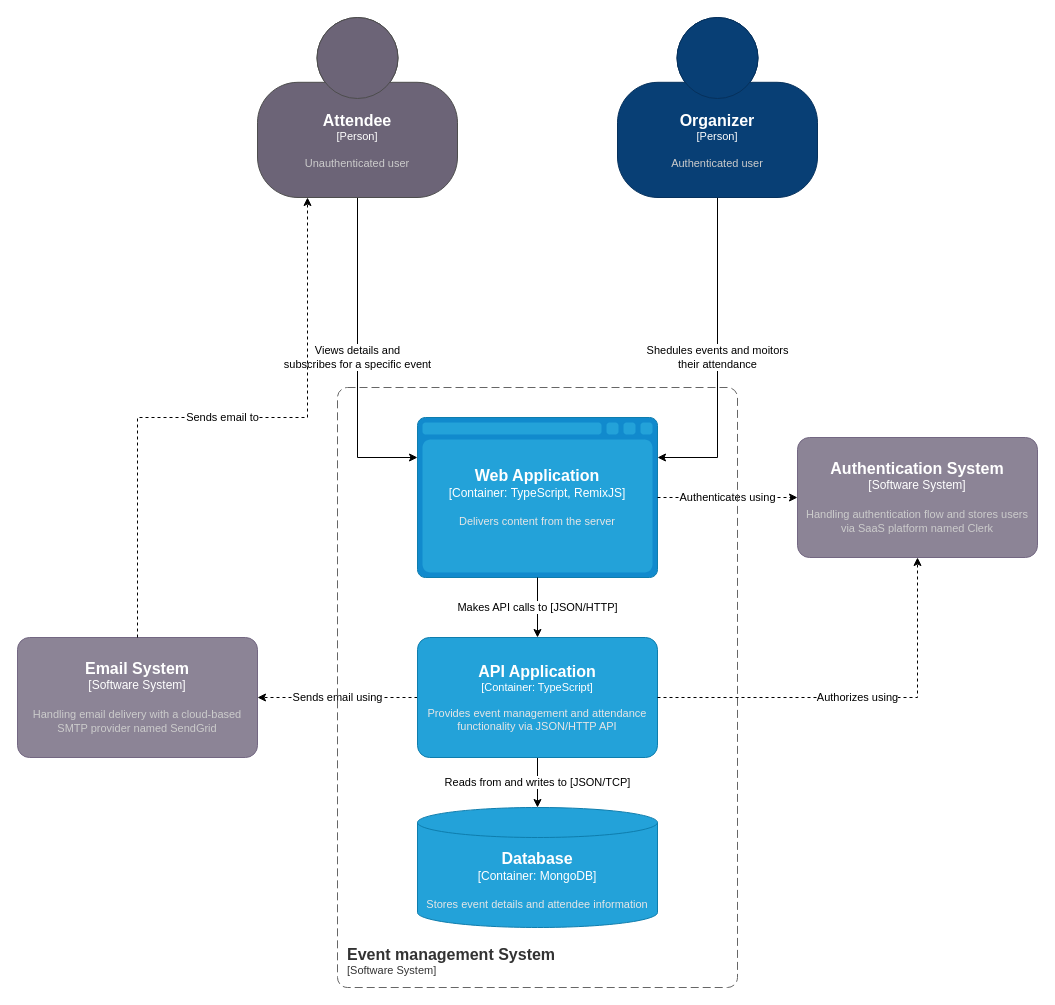
Before: docs/Containers.drawio in nikbogman/in10days, a draw.io diagram. Source tidied: cells renumbered, new cells numbered last; positions are measured from the earlier drawing's top-left corner, leaving out a move shared by most shapes. Both pictures are drawn from the tidied source at 100%, with x=0, y=0 at pixel (17, 17).
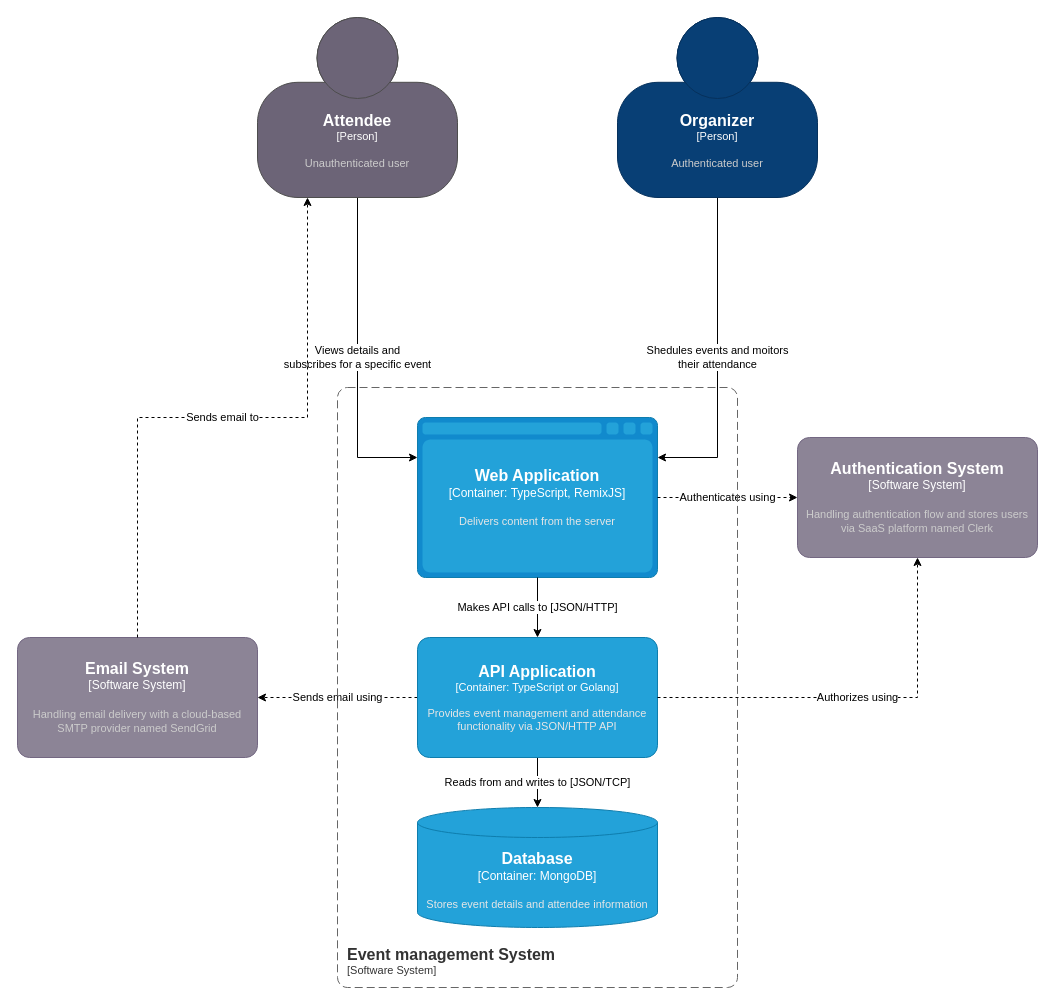
The same page after the edit.

Change to the diagram source:
```diff
@@
-    <object id="8" label="&lt;font style=&quot;font-size: 16px&quot;&gt;&lt;b&gt;%c4Name%&lt;/b&gt;&lt;/font&gt;&lt;div&gt;[%c4Type%: %c4Technology%]&lt;/div&gt;&lt;br&gt;&lt;div&gt;&lt;font style=&quot;font-size: 11px&quot;&gt;&lt;font color=&quot;#E6E6E6&quot;&gt;%c4Description%&lt;/font&gt;&lt;/div&gt;" c4Description="Provides event management and attendance functionality via JSON/HTTP API" c4Name="API Application" c4Technology="TypeScript" c4Type="Container" placeholders="1">
+    <object id="8" label="&lt;font style=&quot;font-size: 16px&quot;&gt;&lt;b&gt;%c4Name%&lt;/b&gt;&lt;/font&gt;&lt;div&gt;[%c4Type%: %c4Technology%]&lt;/div&gt;&lt;br&gt;&lt;div&gt;&lt;font style=&quot;font-size: 11px&quot;&gt;&lt;font color=&quot;#E6E6E6&quot;&gt;%c4Description%&lt;/font&gt;&lt;/div&gt;" c4Description="Provides event management and attendance functionality via JSON/HTTP API" c4Name="API Application" c4Technology="TypeScript or Golang" c4Type="Container" placeholders="1">
       <mxCell style="rounded=1;whiteSpace=wrap;html=1;fontSize=11;labelBackgroundColor=none;fillColor=#23A2D9;fontColor=#ffffff;align=center;arcSize=10;strokeColor=#0E7DAD;points=[[0.25,0,0],[0.5,0,0],[0.75,0,0],[1,0.25,0],[1,0.5,0],[1,0.75,0],[0.75,1,0],[0.5,1,0],[0.25,1,0],[0,0.75,0],[0,0.5,0],[0,0.25,0]];" parent="1" vertex="1">
         <mxGeometry x="400" y="620" width="240" height="120" as="geometry" />
       </mxCell>
     </object>
```
